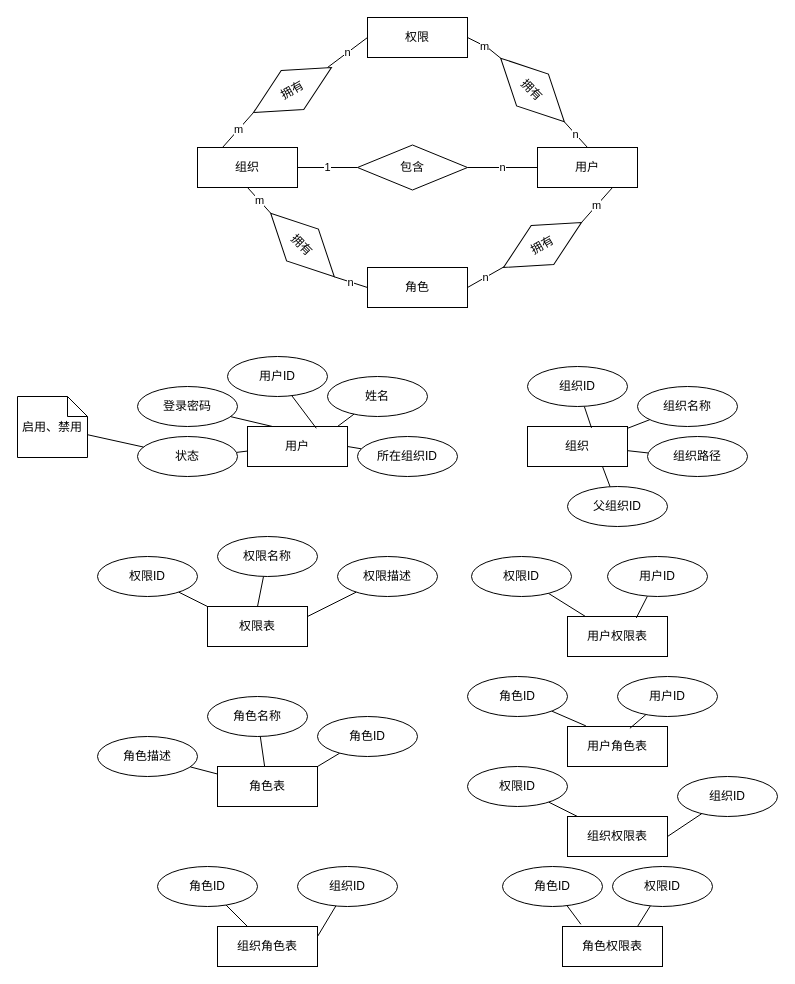
Before: page "用户服务" (2 of 5) of 毕设管理系统/ER模型图.drawio in FdfGithub/drawio, a draw.io diagram. Source tidied: cells renumbered, new cells numbered last; positions are measured from the earlier drawing's top-left corner, leaving out a move shared by most shapes. Both pictures are drawn from the tidied source at 100%, with x=0, y=0 at pixel (17, 17).
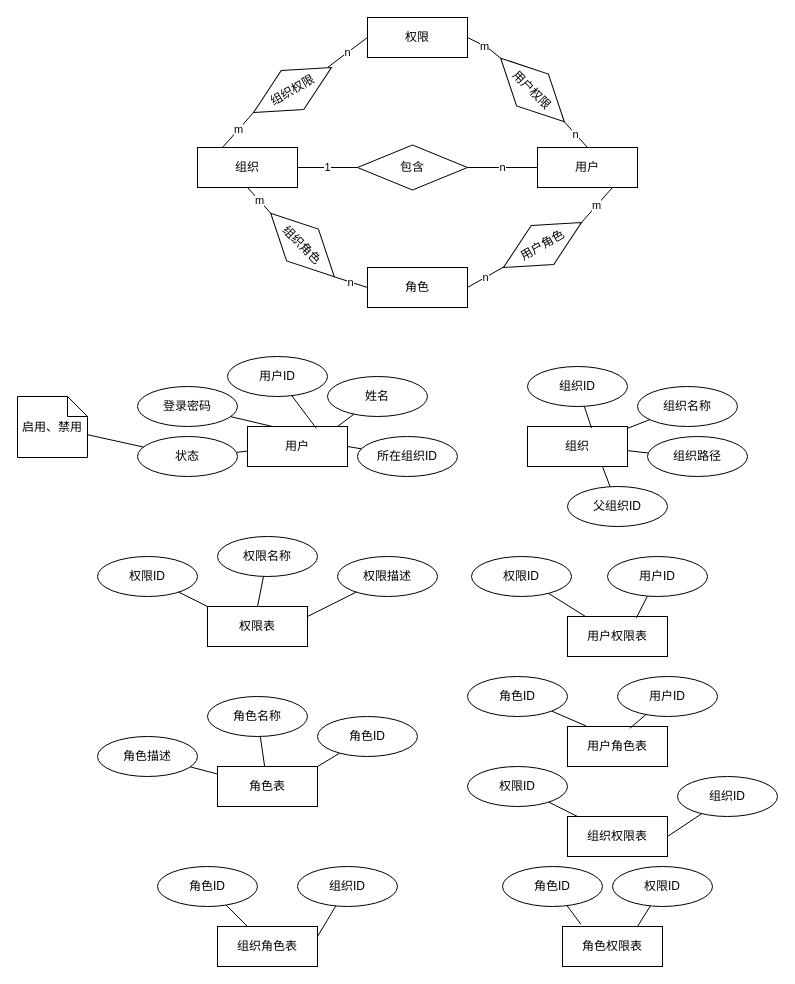
Above is the later version.

What changed in the source:
```diff
@@
-    <mxCell id="70" value="拥有" style="shape=rhombus;perimeter=rhombusPerimeter;whiteSpace=wrap;html=1;align=center;rotation=-30;" parent="1" vertex="1">
+    <mxCell id="70" value="用户角色" style="shape=rhombus;perimeter=rhombusPerimeter;whiteSpace=wrap;html=1;align=center;rotation=-30;" parent="1" vertex="1">
       <mxGeometry x="480" y="205" width="90" height="45" as="geometry" />
     </mxCell>
@@
-    <mxCell id="73" value="拥有" style="shape=rhombus;perimeter=rhombusPerimeter;whiteSpace=wrap;html=1;align=center;rotation=45;" parent="1" vertex="1">
+    <mxCell id="73" value="用户权限" style="shape=rhombus;perimeter=rhombusPerimeter;whiteSpace=wrap;html=1;align=center;rotation=45;" parent="1" vertex="1">
       <mxGeometry x="470" y="50" width="90" height="45" as="geometry" />
     </mxCell>
@@
-    <mxCell id="76" value="拥有" style="shape=rhombus;perimeter=rhombusPerimeter;whiteSpace=wrap;html=1;align=center;rotation=-30;" parent="1" vertex="1">
+    <mxCell id="76" value="组织权限" style="shape=rhombus;perimeter=rhombusPerimeter;whiteSpace=wrap;html=1;align=center;rotation=-30;" parent="1" vertex="1">
       <mxGeometry x="230" y="50" width="90" height="45" as="geometry" />
     </mxCell>
@@
-    <mxCell id="79" value="拥有" style="shape=rhombus;perimeter=rhombusPerimeter;whiteSpace=wrap;html=1;align=center;rotation=45;" parent="1" vertex="1">
+    <mxCell id="79" value="组织角色" style="shape=rhombus;perimeter=rhombusPerimeter;whiteSpace=wrap;html=1;align=center;rotation=45;" parent="1" vertex="1">
       <mxGeometry x="240" y="205" width="90" height="45" as="geometry" />
     </mxCell>
```
